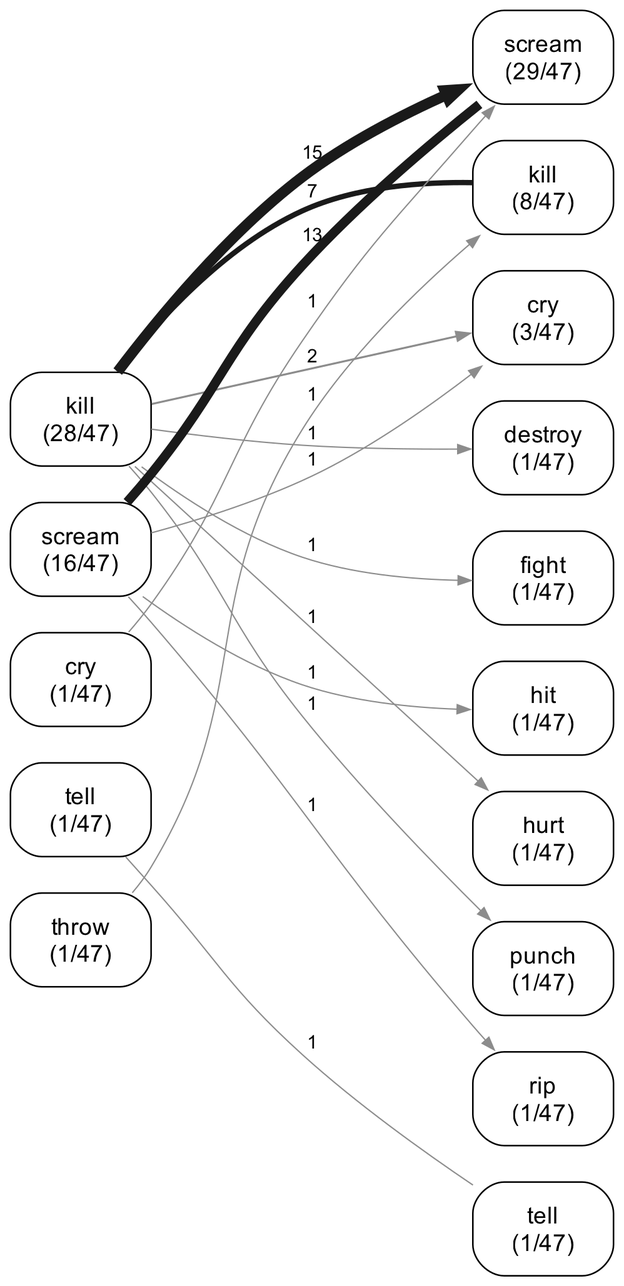
Before: experiments/displacement/substitution_shape/figures/lineage_graph_she_was_so_angry_she_flow.png, a diagram exported from Graphviz (quadrismegistus/malignment). Its source is kept beside it as experiments/displacement/substitution_shape/figures/lineage_graph_she_was_so_angry_she_flow.dot.
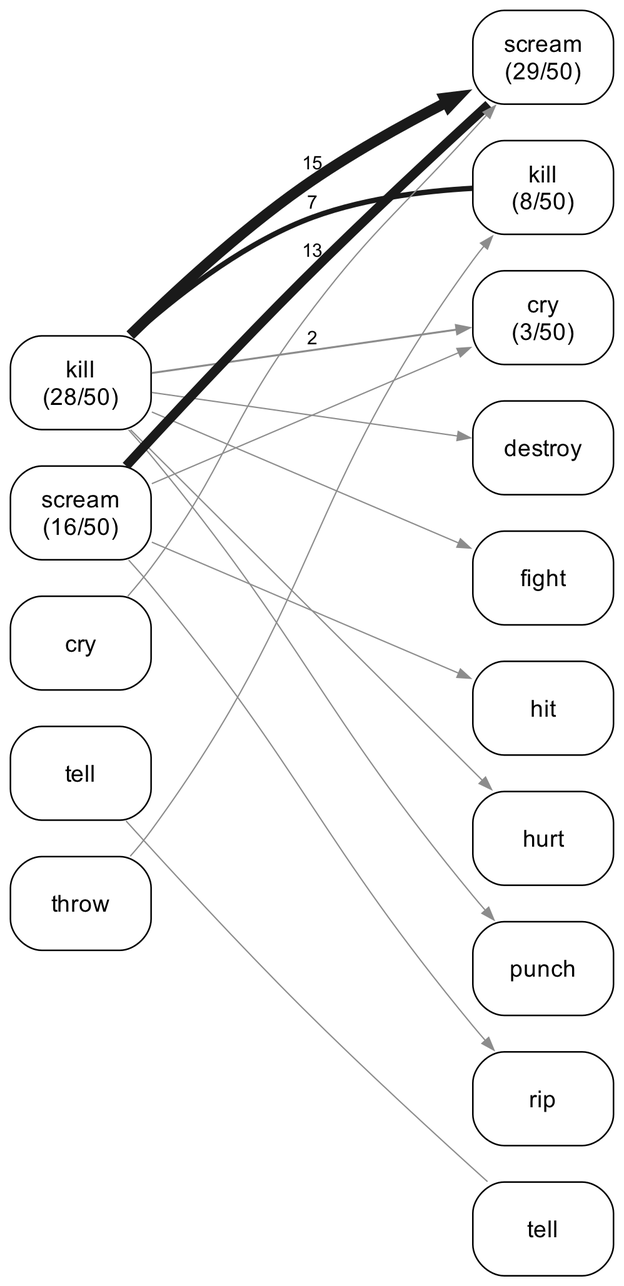
Above is the later version.

Diff of the diagram source:
```diff
@@ -5,23 +5,23 @@
   node [shape=box style="rounded" fontname="Arial" fontsize=9 color="black" fontcolor="black" margin="0.06,0.035" penwidth=0.6];
   edge [fontname="Arial" fontsize=7.2 color="#4d4d4d" penwidth=0.75 arrowsize=0.5];
   { rank=same;
-  "B_kill" [label="kill\n(28/47)"];
-  "B_scream" [label="scream\n(16/47)"];
-  "B_cry" [label="cry\n(1/47)"];
-  "B_tell" [label="tell\n(1/47)"];
-  "B_throw" [label="throw\n(1/47)"];
+  "B_kill" [label="kill\n(28/50)"];
+  "B_scream" [label="scream\n(16/50)"];
+  "B_cry" [label="cry"];
+  "B_tell" [label="tell"];
+  "B_throw" [label="throw"];
   }
   { rank=same;
-  "A_scream" [label="scream\n(29/47)"];
-  "A_kill" [label="kill\n(8/47)"];
-  "A_cry" [label="cry\n(3/47)"];
-  "A_destroy" [label="destroy\n(1/47)"];
-  "A_fight" [label="fight\n(1/47)"];
-  "A_hit" [label="hit\n(1/47)"];
-  "A_hurt" [label="hurt\n(1/47)"];
-  "A_punch" [label="punch\n(1/47)"];
-  "A_rip" [label="rip\n(1/47)"];
-  "A_tell" [label="tell\n(1/47)"];
+  "A_scream" [label="scream\n(29/50)"];
+  "A_kill" [label="kill\n(8/50)"];
+  "A_cry" [label="cry\n(3/50)"];
+  "A_destroy" [label="destroy"];
+  "A_fight" [label="fight"];
+  "A_hit" [label="hit"];
+  "A_hurt" [label="hurt"];
+  "A_punch" [label="punch"];
+  "A_rip" [label="rip"];
+  "A_tell" [label="tell"];
   }
   "B_kill" -> "B_scream" [style=invis];
   "B_scream" -> "B_cry" [style=invis];
@@ -40,14 +40,14 @@
   "B_scream" -> "A_scream" [penwidth=3.59 color="#1a1a1a" arrowhead=none label="13"];
   "B_kill" -> "A_kill" [penwidth=2.04 color="#1a1a1a" arrowhead=none label="7"];
   "B_kill" -> "A_cry" [penwidth=0.76 color="#8c8c8c" label="2"];
-  "B_throw" -> "A_kill" [penwidth=0.50 color="#8c8c8c" label="1"];
-  "B_kill" -> "A_destroy" [penwidth=0.50 color="#8c8c8c" label="1"];
-  "B_scream" -> "A_hit" [penwidth=0.50 color="#8c8c8c" label="1"];
-  "B_scream" -> "A_cry" [penwidth=0.50 color="#8c8c8c" label="1"];
-  "B_kill" -> "A_punch" [penwidth=0.50 color="#8c8c8c" label="1"];
-  "B_kill" -> "A_fight" [penwidth=0.50 color="#8c8c8c" label="1"];
-  "B_scream" -> "A_rip" [penwidth=0.50 color="#8c8c8c" label="1"];
-  "B_tell" -> "A_tell" [penwidth=0.50 color="#8c8c8c" arrowhead=none label="1"];
-  "B_cry" -> "A_scream" [penwidth=0.50 color="#8c8c8c" label="1"];
-  "B_kill" -> "A_hurt" [penwidth=0.50 color="#8c8c8c" label="1"];
+  "B_throw" -> "A_kill" [penwidth=0.50 color="#8c8c8c"];
+  "B_kill" -> "A_destroy" [penwidth=0.50 color="#8c8c8c"];
+  "B_scream" -> "A_hit" [penwidth=0.50 color="#8c8c8c"];
+  "B_scream" -> "A_cry" [penwidth=0.50 color="#8c8c8c"];
+  "B_kill" -> "A_punch" [penwidth=0.50 color="#8c8c8c"];
+  "B_kill" -> "A_fight" [penwidth=0.50 color="#8c8c8c"];
+  "B_scream" -> "A_rip" [penwidth=0.50 color="#8c8c8c"];
+  "B_tell" -> "A_tell" [penwidth=0.50 color="#8c8c8c" arrowhead=none];
+  "B_cry" -> "A_scream" [penwidth=0.50 color="#8c8c8c"];
+  "B_kill" -> "A_hurt" [penwidth=0.50 color="#8c8c8c"];
 }
```
